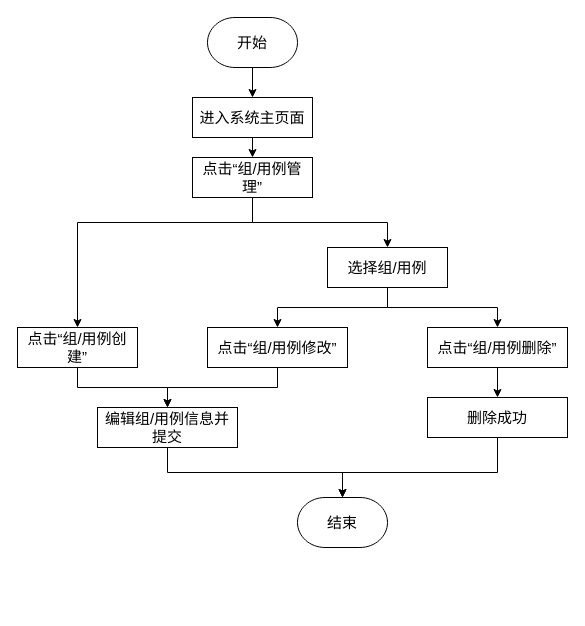
The draw.io diagram 组/用例管理流程图.drawio in Sequin-hdd/COINFO, before the edit. Source tidied: cells renumbered, new cells numbered last; positions are measured from the earlier drawing's top-left corner, leaving out a move shared by most shapes. Both pictures are drawn from the tidied source at 100%, with x=0, y=0 at pixel (17, 17).
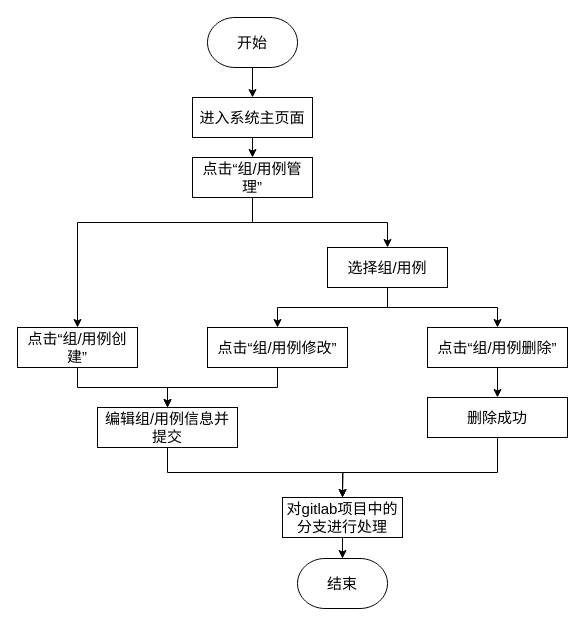
The same diagram, later.

Commit message:
更新用例管理流程图.drawio

The change refers to these unchanged cells:
```xml
<mxCell id="19" value="&lt;span style=&quot;font-size: 15px&quot;&gt;编辑组/用例信息并提交&lt;/span&gt;" style="rounded=0;whiteSpace=wrap;html=1;" parent="1" vertex="1">
  <mxGeometry x="80" y="390" width="140" height="40" as="geometry" />
</mxCell>
```

What changed in the source:
```diff
@@
-    <mxCell id="18" style="edgeStyle=orthogonalEdgeStyle;rounded=0;jettySize=auto;html=1;exitX=0.5;exitY=1;exitDx=0;exitDy=0;entryX=0.5;entryY=0;entryDx=0;entryDy=0;entryPerimeter=0;" parent="1" edge="1" source="19" target="22">
-      <mxGeometry relative="1" as="geometry" />
+    <mxCell id="18" style="edgeStyle=orthogonalEdgeStyle;rounded=0;jettySize=auto;html=1;exitX=0.5;exitY=1;exitDx=0;exitDy=0;entryX=0.5;entryY=0;entryDx=0;entryDy=0;entryPerimeter=0;" parent="1" edge="1" source="19">
+      <mxGeometry relative="1" as="geometry">
+        <mxPoint x="325" y="480" as="targetPoint" />
+      </mxGeometry>
     </mxCell>
@@
-    <mxCell id="20" style="edgeStyle=orthogonalEdgeStyle;rounded=0;jettySize=auto;html=1;exitX=0.5;exitY=1;exitDx=0;exitDy=0;" parent="1" edge="1" target="22">
+    <mxCell id="20" style="edgeStyle=orthogonalEdgeStyle;rounded=0;jettySize=auto;html=1;exitX=0.5;exitY=1;exitDx=0;exitDy=0;" parent="1" edge="1" target="24">
       <mxGeometry relative="1" as="geometry">
         <mxPoint x="480" y="415" as="sourcePoint" />
         <Array as="points">
           <mxPoint x="480" y="455" />
           <mxPoint x="325" y="455" />
         </Array>
       </mxGeometry>
     </mxCell>
@@
     <mxCell id="22" value="结束" style="strokeWidth=1;html=1;shape=mxgraph.flowchart.terminator;whiteSpace=wrap;rounded=1;glass=0;fontSize=15;" parent="1" vertex="1">
-      <mxGeometry x="280" y="480" width="90" height="50" as="geometry" />
+      <mxGeometry x="280" y="541" width="90" height="50" as="geometry" />
     </mxCell>
+    <mxCell id="23" style="edgeStyle=orthogonalEdgeStyle;rounded=0;jettySize=auto;html=1;exitX=0.5;exitY=1;exitDx=0;exitDy=0;" parent="1" edge="1" source="24" target="22">
+      <mxGeometry relative="1" as="geometry" />
+    </mxCell>
+    <mxCell id="24" value="&lt;font style=&quot;font-size: 15px&quot;&gt;对gitlab项目中的分支进行处理&lt;/font&gt;" style="rounded=0;whiteSpace=wrap;html=1;" parent="1" vertex="1">
+      <mxGeometry x="265" y="480" width="120" height="40" as="geometry" />
+    </mxCell>
```
